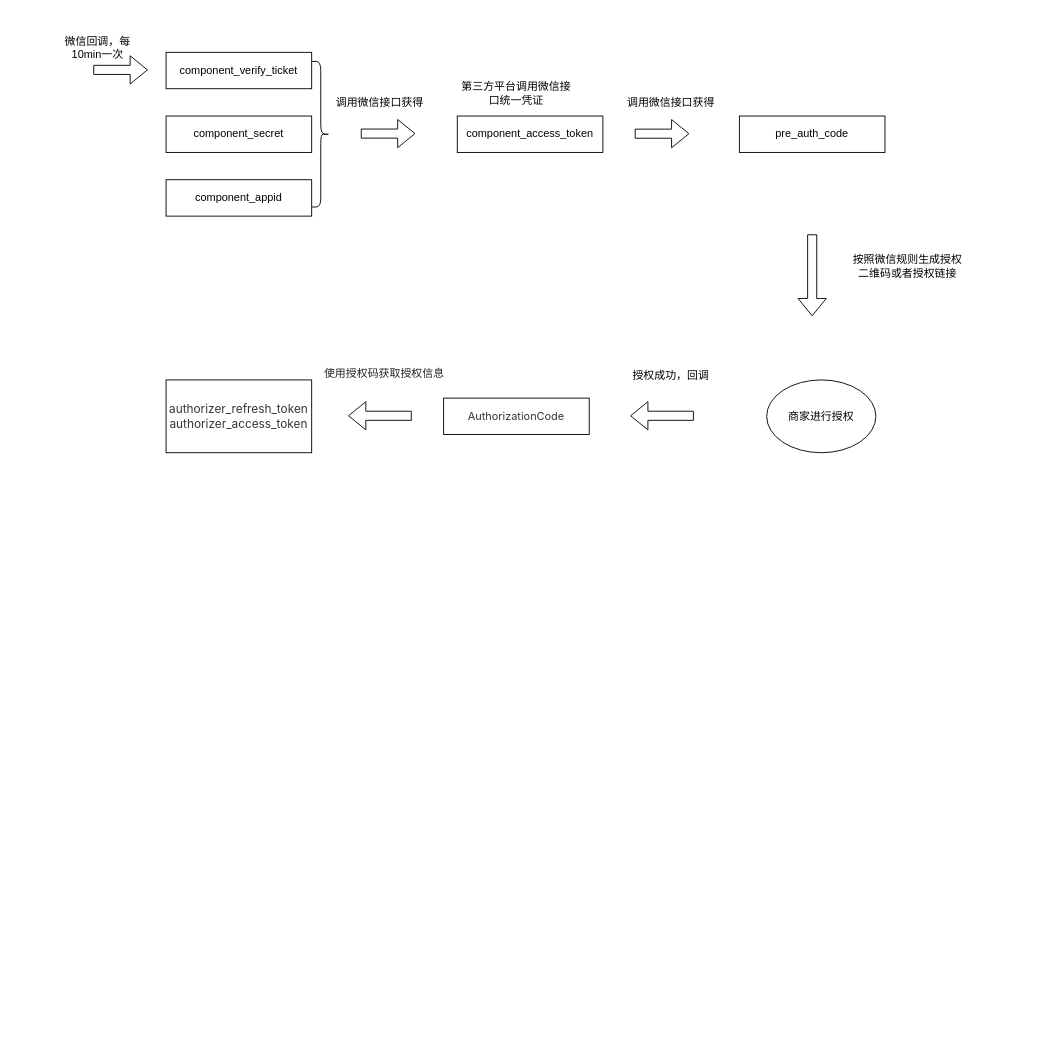
Earlier version of the draw.io diagram 授权流程.drawio (yeahsyoung/diagram). Source tidied: cells renumbered, new cells numbered last; positions are measured from the earlier drawing's top-left corner, leaving out a move shared by most shapes. Both pictures are drawn from the tidied source at 91%, with x=0, y=0 at pixel (56, 34).
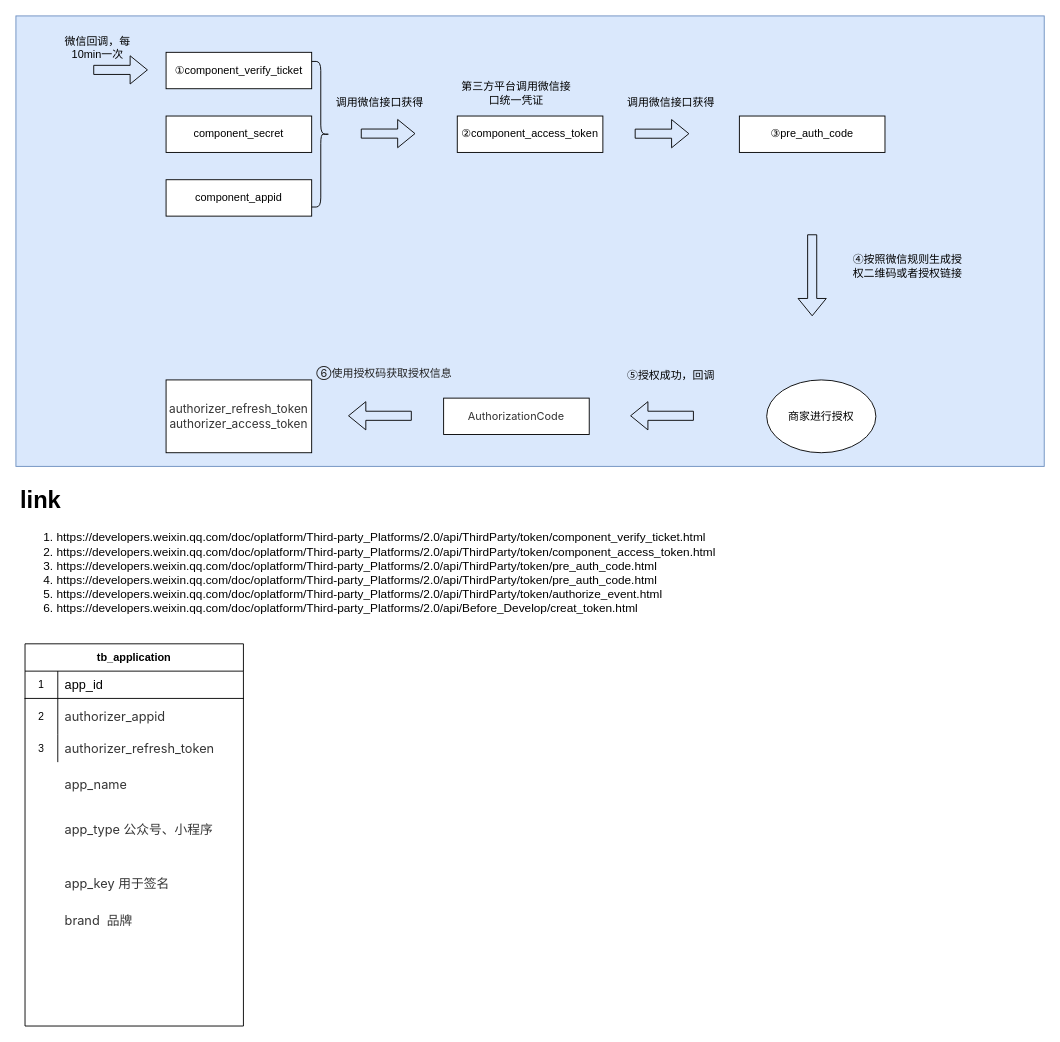
Above is the later version.

Commit message (it also covers changes not shown here):
更新授权流程.drawio

The edit, as a diff of the source:
```diff
@@
+    <mxCell id="24" style="rounded=0;whiteSpace=wrap;html=1;fontSize=13;fillColor=#dae8fc;strokeColor=#6c8ebf;" parent="1" vertex="1">
+      <mxGeometry x="-45" y="-20" width="1130" height="495" as="geometry" />
+    </mxCell>
-    <mxCell id="2" value="component_access_token" style="rounded=0;whiteSpace=wrap;html=1;" parent="1" vertex="1">
+    <mxCell id="2" value="②component_access_token" style="rounded=0;whiteSpace=wrap;html=1;" parent="1" vertex="1">
       <mxGeometry x="440" y="90" width="160" height="40" as="geometry" />
     </mxCell>
@@
-    <mxCell id="5" value="component_verify_ticket" style="rounded=0;whiteSpace=wrap;html=1;" parent="1" vertex="1">
+    <mxCell id="5" value="①component_verify_ticket" style="rounded=0;whiteSpace=wrap;html=1;" parent="1" vertex="1">
       <mxGeometry x="120" y="20" width="160" height="40" as="geometry" />
     </mxCell>
@@
-    <mxCell id="9" value="pre_auth_code" style="rounded=0;whiteSpace=wrap;html=1;" parent="1" vertex="1">
+    <mxCell id="9" value="③pre_auth_code" style="rounded=0;whiteSpace=wrap;html=1;" parent="1" vertex="1">
       <mxGeometry x="750" y="90" width="160" height="40" as="geometry" />
     </mxCell>
@@
-    <mxCell id="16" value="按照微信规则生成授权二维码或者授权链接" style="text;html=1;strokeColor=none;fillColor=none;align=center;verticalAlign=middle;whiteSpace=wrap;rounded=0;" parent="1" vertex="1">
+    <mxCell id="16" value="④按照微信规则生成授权二维码或者授权链接" style="text;html=1;strokeColor=none;fillColor=none;align=center;verticalAlign=middle;whiteSpace=wrap;rounded=0;" parent="1" vertex="1">
       <mxGeometry x="870" y="240" width="130" height="30" as="geometry" />
     </mxCell>
@@
-    <mxCell id="19" value="授权成功，回调" style="text;html=1;strokeColor=none;fillColor=none;align=center;verticalAlign=middle;whiteSpace=wrap;rounded=0;" parent="1" vertex="1">
+    <mxCell id="19" value="⑤授权成功，回调" style="text;html=1;strokeColor=none;fillColor=none;align=center;verticalAlign=middle;whiteSpace=wrap;rounded=0;" parent="1" vertex="1">
       <mxGeometry x="610" y="360" width="130" height="30" as="geometry" />
     </mxCell>
@@
-    <mxCell id="22" value="&lt;font style=&quot;font-size: 12px;&quot;&gt;&lt;br&gt;&lt;/font&gt;&lt;h2 style=&quot;margin: 0px 0px 0.5em; padding: 0px; -webkit-tap-highlight-color: transparent; color: rgb(34, 34, 34); font-family: -apple-system, BlinkMacSystemFont, &amp;quot;SF UI Text&amp;quot;, &amp;quot;Helvetica Neue&amp;quot;, &amp;quot;PingFang SC&amp;quot;, &amp;quot;Hiragino Sans GB&amp;quot;, &amp;quot;Microsoft YaHei UI&amp;quot;, &amp;quot;Microsoft YaHei&amp;quot;, Arial, sans-serif; font-style: normal; font-variant-ligatures: normal; font-variant-caps: normal; letter-spacing: normal; orphans: 2; text-align: start; text-indent: 0px; text-transform: none; widows: 2; word-spacing: 0px; -webkit-text-stroke-width: 0px; text-decoration-thickness: initial; text-decoration-style: initial; text-decoration-color: initial;&quot; id=&quot;使用授权码获取授权信息&quot;&gt;&lt;font style=&quot;font-size: 12px; font-weight: normal;&quot;&gt;使用授权码获取授权信息&lt;/font&gt;&lt;/h2&gt;&lt;font style=&quot;font-size: 12px;&quot;&gt;&lt;br&gt;&lt;/font&gt;" style="text;html=1;strokeColor=none;fillColor=none;align=center;verticalAlign=middle;whiteSpace=wrap;rounded=0;" parent="1" vertex="1">
+    <mxCell id="22" value="&lt;font style=&quot;font-size: 12px;&quot;&gt;&lt;br&gt;&lt;/font&gt;&lt;h2 style=&quot;margin: 0px 0px 0.5em; padding: 0px; -webkit-tap-highlight-color: transparent; color: rgb(34, 34, 34); font-family: -apple-system, BlinkMacSystemFont, &amp;quot;SF UI Text&amp;quot;, &amp;quot;Helvetica Neue&amp;quot;, &amp;quot;PingFang SC&amp;quot;, &amp;quot;Hiragino Sans GB&amp;quot;, &amp;quot;Microsoft YaHei UI&amp;quot;, &amp;quot;Microsoft YaHei&amp;quot;, Arial, sans-serif; font-style: normal; font-variant-ligatures: normal; font-variant-caps: normal; letter-spacing: normal; orphans: 2; text-align: start; text-indent: 0px; text-transform: none; widows: 2; word-spacing: 0px; -webkit-text-stroke-width: 0px; text-decoration-thickness: initial; text-decoration-style: initial; text-decoration-color: initial;&quot; id=&quot;使用授权码获取授权信息&quot;&gt;&lt;font style=&quot;font-size: 12px; font-weight: normal;&quot;&gt;⑥使用授权码获取授权信息&lt;/font&gt;&lt;/h2&gt;&lt;font style=&quot;font-size: 12px;&quot;&gt;&lt;br&gt;&lt;/font&gt;" style="text;html=1;strokeColor=none;fillColor=none;align=center;verticalAlign=middle;whiteSpace=wrap;rounded=0;" parent="1" vertex="1">
       <mxGeometry x="280" y="360" width="160" height="30" as="geometry" />
     </mxCell>
@@
+    <mxCell id="25" value="&lt;h1&gt;link&lt;/h1&gt;&lt;div&gt;&lt;ol&gt;&lt;li&gt;https://developers.weixin.qq.com/doc/oplatform/Third-party_Platforms/2.0/api/ThirdParty/token/component_verify_ticket.html&lt;/li&gt;&lt;li&gt;https://developers.weixin.qq.com/doc/oplatform/Third-party_Platforms/2.0/api/ThirdParty/token/component_access_token.html&lt;/li&gt;&lt;li&gt;https://developers.weixin.qq.com/doc/oplatform/Third-party_Platforms/2.0/api/ThirdParty/token/pre_auth_code.html&lt;br&gt;&lt;/li&gt;&lt;li&gt;https://developers.weixin.qq.com/doc/oplatform/Third-party_Platforms/2.0/api/ThirdParty/token/pre_auth_code.html&lt;br&gt;&lt;/li&gt;&lt;li&gt;https://developers.weixin.qq.com/doc/oplatform/Third-party_Platforms/2.0/api/ThirdParty/token/authorize_event.html&lt;/li&gt;&lt;li&gt;&lt;span style=&quot;text-align: center;&quot;&gt;https://developers.weixin.qq.com/doc/oplatform/Third-party_Platforms/2.0/api/Before_Develop/creat_token.html&lt;/span&gt;&lt;br&gt;&lt;/li&gt;&lt;/ol&gt;&lt;/div&gt;" style="text;html=1;strokeColor=none;fillColor=none;spacing=5;spacingTop=-20;whiteSpace=wrap;overflow=hidden;rounded=0;fontSize=13;" parent="1" vertex="1">
+      <mxGeometry x="-45" y="490" width="830" height="190" as="geometry" />
+    </mxCell>
+    <mxCell id="26" value="tb_application" style="shape=table;html=1;whiteSpace=wrap;startSize=30;childLayout=tableLayout;rowLines=0;fontStyle=1;align=center;" parent="1" vertex="1">
+      <mxGeometry x="-35" y="670" width="240" height="420" as="geometry" />
+    </mxCell>
+    <mxCell id="27" style="shape=partialRectangle;html=1;whiteSpace=wrap;fillColor=none;top=0;left=0;bottom=1;right=0;" parent="26" vertex="1">
+      <mxGeometry y="30" width="240" height="30" as="geometry" />
+    </mxCell>
+    <mxCell id="28" value="1" style="shape=partialRectangle;html=1;whiteSpace=wrap;fillColor=none;top=0;left=0;bottom=0;right=0;overflow=hidden;" parent="27" vertex="1">
+      <mxGeometry width="36" height="30" as="geometry" />
+    </mxCell>
+    <mxCell id="29" value="&lt;font style=&quot;font-size: 14px;&quot;&gt;app_id&lt;/font&gt;" style="shape=partialRectangle;html=1;whiteSpace=wrap;fillColor=none;top=0;left=0;bottom=0;right=0;align=left;spacingLeft=6;overflow=hidden;" parent="27" vertex="1">
+      <mxGeometry x="36" width="204" height="30" as="geometry" />
+    </mxCell>
+    <mxCell id="30" style="shape=partialRectangle;html=1;whiteSpace=wrap;fillColor=none;top=0;left=0;bottom=0;right=0;" parent="26" vertex="1">
+      <mxGeometry y="60" width="240" height="40" as="geometry" />
+    </mxCell>
+    <mxCell id="31" value="2" style="shape=partialRectangle;html=1;whiteSpace=wrap;fillColor=none;top=0;left=0;bottom=0;right=0;overflow=hidden;" parent="30" vertex="1">
+      <mxGeometry width="36" height="40" as="geometry" />
+    </mxCell>
+    <mxCell id="32" value="&lt;span style=&quot;color: rgb(53, 53, 53); font-family: -apple-system, BlinkMacSystemFont, &amp;quot;SF UI Text&amp;quot;, &amp;quot;Helvetica Neue&amp;quot;, &amp;quot;PingFang SC&amp;quot;, &amp;quot;Hiragino Sans GB&amp;quot;, &amp;quot;Microsoft YaHei UI&amp;quot;, &amp;quot;Microsoft YaHei&amp;quot;, Arial, sans-serif; font-size: 14px;&quot;&gt;authorizer_appid&lt;/span&gt;" style="shape=partialRectangle;html=1;whiteSpace=wrap;fillColor=none;top=0;left=0;bottom=0;right=0;align=left;spacingLeft=6;overflow=hidden;" parent="30" vertex="1">
+      <mxGeometry x="36" width="204" height="40" as="geometry" />
+    </mxCell>
+    <mxCell id="33" style="shape=partialRectangle;html=1;whiteSpace=wrap;fillColor=none;top=0;left=0;bottom=0;right=0;" parent="26" vertex="1">
+      <mxGeometry y="100" width="240" height="30" as="geometry" />
+    </mxCell>
+    <mxCell id="34" value="3" style="shape=partialRectangle;html=1;whiteSpace=wrap;fillColor=none;top=0;left=0;bottom=0;right=0;overflow=hidden;" parent="33" vertex="1">
+      <mxGeometry width="36" height="30" as="geometry" />
+    </mxCell>
+    <mxCell id="35" style="group;" parent="33" vertex="1">
+      <mxGeometry x="36" width="204" height="30" as="geometry" />
+    </mxCell>
+    <mxCell id="36" value="&lt;span style=&quot;color: rgb(53, 53, 53); font-family: -apple-system, BlinkMacSystemFont, &amp;quot;SF UI Text&amp;quot;, &amp;quot;Helvetica Neue&amp;quot;, &amp;quot;PingFang SC&amp;quot;, &amp;quot;Hiragino Sans GB&amp;quot;, &amp;quot;Microsoft YaHei UI&amp;quot;, &amp;quot;Microsoft YaHei&amp;quot;, Arial, sans-serif; font-size: 14px;&quot;&gt;authorizer_refresh_token&lt;/span&gt;" style="shape=partialRectangle;html=1;whiteSpace=wrap;fillColor=none;top=0;left=0;bottom=0;right=0;align=left;spacingLeft=6;overflow=hidden;" parent="35" vertex="1">
+      <mxGeometry width="200" height="30" as="geometry" />
+    </mxCell>
+    <mxCell id="37" style="shape=partialRectangle;html=1;whiteSpace=wrap;fillColor=none;top=0;left=0;bottom=0;right=0;" parent="1" vertex="1">
+      <mxGeometry x="-35" y="810" width="240" height="30" as="geometry" />
+    </mxCell>
+    <mxCell id="38" style="shape=partialRectangle;html=1;whiteSpace=wrap;fillColor=none;top=0;left=0;bottom=0;right=0;overflow=hidden;" parent="37" vertex="1">
+      <mxGeometry width="36" height="30" as="geometry" />
+    </mxCell>
+    <mxCell id="39" style="group;" parent="37" vertex="1">
+      <mxGeometry x="36" width="204" height="30" as="geometry" />
+    </mxCell>
+    <mxCell id="40" value="&lt;span style=&quot;color: rgb(53, 53, 53); font-family: -apple-system, BlinkMacSystemFont, &amp;quot;SF UI Text&amp;quot;, &amp;quot;Helvetica Neue&amp;quot;, &amp;quot;PingFang SC&amp;quot;, &amp;quot;Hiragino Sans GB&amp;quot;, &amp;quot;Microsoft YaHei UI&amp;quot;, &amp;quot;Microsoft YaHei&amp;quot;, Arial, sans-serif; font-size: 14px;&quot;&gt;app_name&lt;/span&gt;" style="shape=partialRectangle;html=1;whiteSpace=wrap;fillColor=none;top=0;left=0;bottom=0;right=0;align=left;spacingLeft=6;overflow=hidden;" parent="39" vertex="1">
+      <mxGeometry width="200" height="30" as="geometry" />
+    </mxCell>
+    <mxCell id="41" style="shape=partialRectangle;html=1;whiteSpace=wrap;fillColor=none;top=0;left=0;bottom=0;right=0;" parent="1" vertex="1">
+      <mxGeometry x="-35" y="860" width="240" height="30" as="geometry" />
+    </mxCell>
+    <mxCell id="42" style="shape=partialRectangle;html=1;whiteSpace=wrap;fillColor=none;top=0;left=0;bottom=0;right=0;overflow=hidden;" parent="41" vertex="1">
+      <mxGeometry width="36" height="30" as="geometry" />
+    </mxCell>
+    <mxCell id="43" style="group;" parent="41" vertex="1">
+      <mxGeometry x="36" width="204" height="30" as="geometry" />
+    </mxCell>
+    <mxCell id="44" value="&lt;span style=&quot;color: rgb(53, 53, 53); font-family: -apple-system, BlinkMacSystemFont, &amp;quot;SF UI Text&amp;quot;, &amp;quot;Helvetica Neue&amp;quot;, &amp;quot;PingFang SC&amp;quot;, &amp;quot;Hiragino Sans GB&amp;quot;, &amp;quot;Microsoft YaHei UI&amp;quot;, &amp;quot;Microsoft YaHei&amp;quot;, Arial, sans-serif; font-size: 14px;&quot;&gt;app_type 公众号、小程序&lt;/span&gt;" style="shape=partialRectangle;html=1;whiteSpace=wrap;fillColor=none;top=0;left=0;bottom=0;right=0;align=left;spacingLeft=6;overflow=hidden;" parent="43" vertex="1">
+      <mxGeometry width="200" height="30" as="geometry" />
+    </mxCell>
+    <mxCell id="45" style="shape=partialRectangle;html=1;whiteSpace=wrap;fillColor=none;top=0;left=0;bottom=0;right=0;" parent="1" vertex="1">
+      <mxGeometry x="-35" y="949" width="240" height="30" as="geometry" />
+    </mxCell>
+    <mxCell id="46" style="shape=partialRectangle;html=1;whiteSpace=wrap;fillColor=none;top=0;left=0;bottom=0;right=0;overflow=hidden;" parent="45" vertex="1">
+      <mxGeometry width="36" height="30" as="geometry" />
+    </mxCell>
+    <mxCell id="47" style="shape=partialRectangle;html=1;whiteSpace=wrap;fillColor=none;top=0;left=0;bottom=0;right=0;" parent="1" vertex="1">
+      <mxGeometry x="-35" y="919" width="240" height="30" as="geometry" />
+    </mxCell>
+    <mxCell id="48" style="shape=partialRectangle;html=1;whiteSpace=wrap;fillColor=none;top=0;left=0;bottom=0;right=0;overflow=hidden;" parent="47" vertex="1">
+      <mxGeometry width="36" height="30" as="geometry" />
+    </mxCell>
+    <mxCell id="49" style="group;" parent="47" vertex="1">
+      <mxGeometry x="36" width="204" height="30" as="geometry" />
+    </mxCell>
+    <mxCell id="50" value="&lt;span style=&quot;color: rgb(53, 53, 53); font-family: -apple-system, BlinkMacSystemFont, &amp;quot;SF UI Text&amp;quot;, &amp;quot;Helvetica Neue&amp;quot;, &amp;quot;PingFang SC&amp;quot;, &amp;quot;Hiragino Sans GB&amp;quot;, &amp;quot;Microsoft YaHei UI&amp;quot;, &amp;quot;Microsoft YaHei&amp;quot;, Arial, sans-serif; font-size: 14px;&quot;&gt;app_key 用于签名&lt;/span&gt;" style="shape=partialRectangle;html=1;whiteSpace=wrap;fillColor=none;top=0;left=0;bottom=0;right=0;align=left;spacingLeft=6;overflow=hidden;" parent="49" vertex="1">
+      <mxGeometry width="200" height="30" as="geometry" />
+    </mxCell>
+    <mxCell id="51" style="shape=partialRectangle;html=1;whiteSpace=wrap;fillColor=none;top=0;left=0;bottom=0;right=0;" parent="1" vertex="1">
+      <mxGeometry x="-35" y="960" width="240" height="30" as="geometry" />
+    </mxCell>
+    <mxCell id="52" style="shape=partialRectangle;html=1;whiteSpace=wrap;fillColor=none;top=0;left=0;bottom=0;right=0;overflow=hidden;" parent="51" vertex="1">
+      <mxGeometry width="36" height="30" as="geometry" />
+    </mxCell>
+    <mxCell id="53" style="group;" parent="51" vertex="1">
+      <mxGeometry x="36" width="204" height="30" as="geometry" />
+    </mxCell>
+    <mxCell id="54" value="&lt;span style=&quot;color: rgb(53, 53, 53); font-family: -apple-system, BlinkMacSystemFont, &amp;quot;SF UI Text&amp;quot;, &amp;quot;Helvetica Neue&amp;quot;, &amp;quot;PingFang SC&amp;quot;, &amp;quot;Hiragino Sans GB&amp;quot;, &amp;quot;Microsoft YaHei UI&amp;quot;, &amp;quot;Microsoft YaHei&amp;quot;, Arial, sans-serif; font-size: 14px;&quot;&gt;brand&amp;nbsp; 品牌&lt;/span&gt;" style="shape=partialRectangle;html=1;whiteSpace=wrap;fillColor=none;top=0;left=0;bottom=0;right=0;align=left;spacingLeft=6;overflow=hidden;" parent="53" vertex="1">
+      <mxGeometry width="200" height="30" as="geometry" />
+    </mxCell>
```
